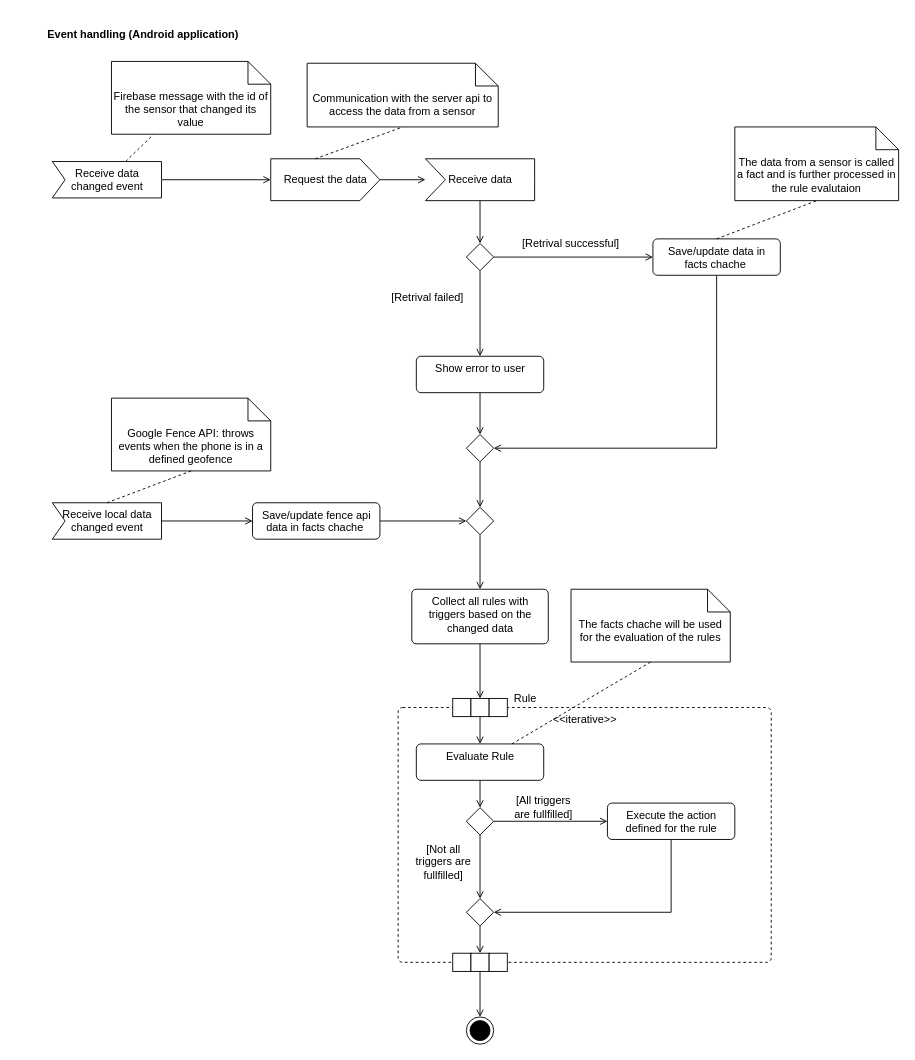
Before: ActivityDiagrams/EventHandling.drawio in frozzenshooter/LoRaParkAppDocumentation, a draw.io diagram. Source tidied: cells renumbered, new cells numbered last; positions are measured from the earlier drawing's top-left corner, leaving out a move shared by most shapes. Both pictures are drawn from the tidied source at 91%, with x=0, y=0 at pixel (15, 15).
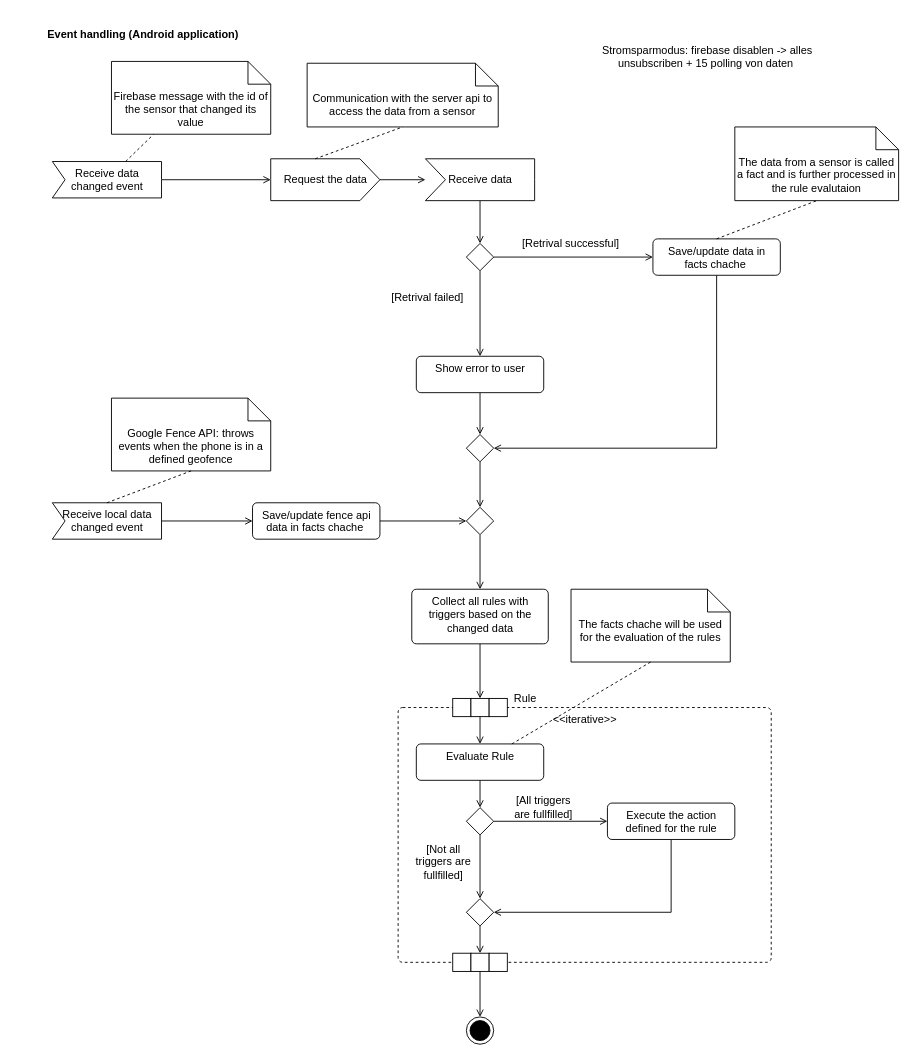
The same diagram, later.

Change to the diagram source:
```diff
@@
+    <mxCell id="62" value="Stromsparmodus: firebase disablen -&amp;gt; alles unsubscriben + 15 polling von daten&amp;nbsp;" style="text;html=1;strokeColor=none;fillColor=none;align=center;verticalAlign=middle;whiteSpace=wrap;rounded=0;" parent="1" vertex="1">
+      <mxGeometry x="630" y="20" width="260" height="50" as="geometry" />
+    </mxCell>
```
